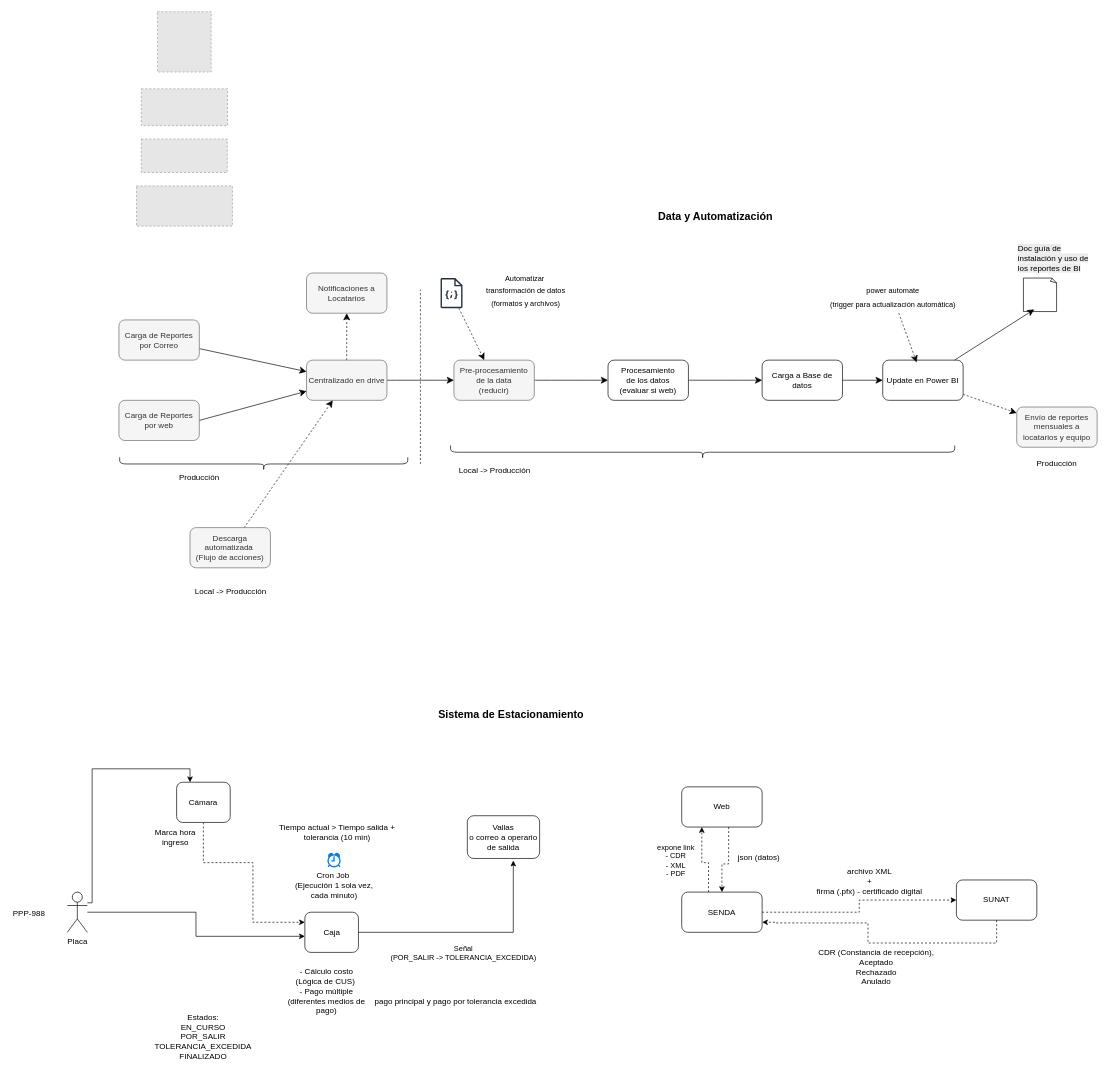
Above: Diagrama sin título.drawio in germanhyt/001_architect_projects (draw.io), before the change. Source tidied: cells renumbered, new cells numbered last; positions are measured from the earlier drawing's top-left corner, leaving out a move shared by most shapes. Both pictures are drawn from the tidied source at 67%, with x=0, y=0 at pixel (11, 11). Pictures stored in the file or linked from it are replaced by grey dashed boxes.
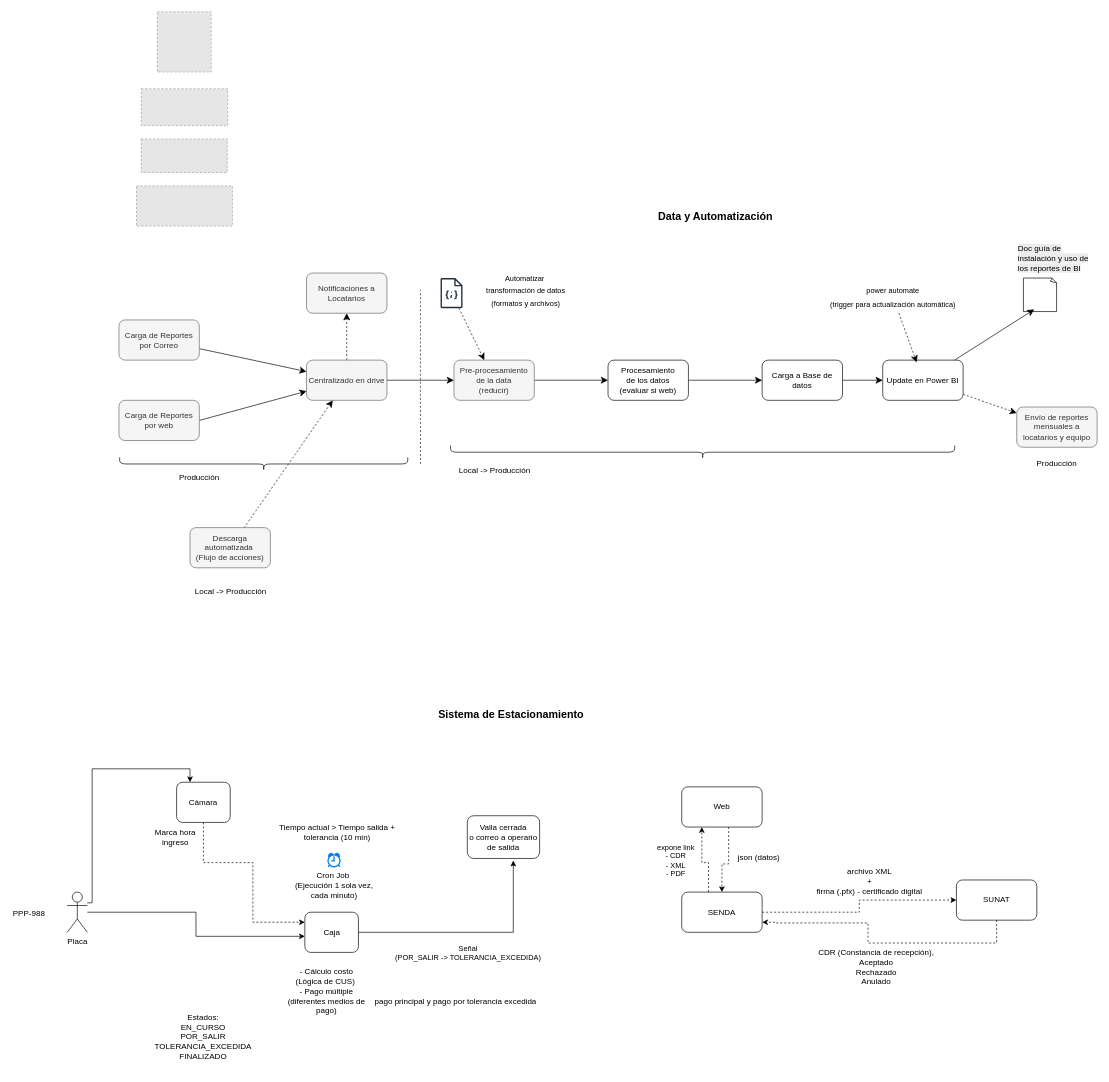
After the change.

Unchanged cells that the change refers to:
```xml
<mxCell id="54" style="edgeStyle=orthogonalEdgeStyle;rounded=0;jettySize=auto;html=1;entryX=0.636;entryY=1.05;entryDx=0;entryDy=0;entryPerimeter=0;" parent="1" edge="1" source="42" target="43">
  <mxGeometry relative="1" as="geometry" />
</mxCell>
```

The edit, as a diff of the source:
```diff
@@
-    <mxCell id="43" value="Vallas&lt;div&gt;o correo a operario de salida&lt;/div&gt;" style="rounded=1;whiteSpace=wrap;html=1;" parent="1" vertex="1">
+    <mxCell id="43" value="Valla cerrada&lt;div&gt;o correo a operario de salida&lt;/div&gt;" style="rounded=1;whiteSpace=wrap;html=1;" parent="1" vertex="1">
       <mxGeometry x="680" y="1200" width="107.9" height="63.8" as="geometry" />
     </mxCell>
@@
     <mxCell id="55" value="Señal&lt;div&gt;(POR_SALIR -&amp;gt; TOLERANCIA_EXCEDIDA)&lt;/div&gt;" style="edgeLabel;html=1;align=center;verticalAlign=middle;" parent="54" vertex="1">
       <mxGeometry x="-0.05" y="1" relative="1" as="geometry">
-        <mxPoint x="-5" y="31" as="offset" />
+        <mxPoint x="2" y="31" as="offset" />
       </mxGeometry>
     </mxCell>
```
